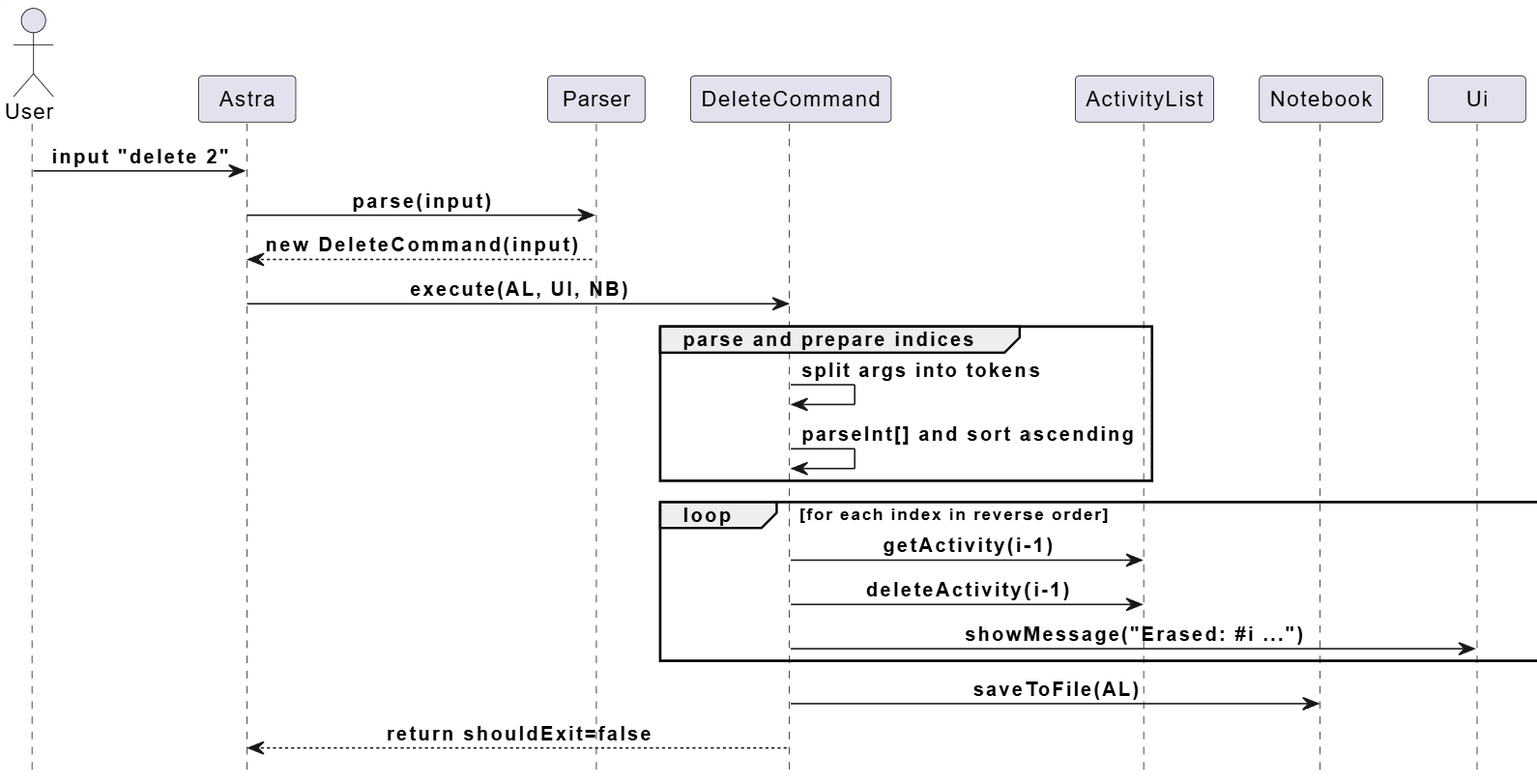
Before: docs/images/architecture_sequence_delete.png, a diagram exported from PlantUML (Kennahh/tp). Its source is kept beside it as docs/diagrams/architecture_sequence_delete.puml.
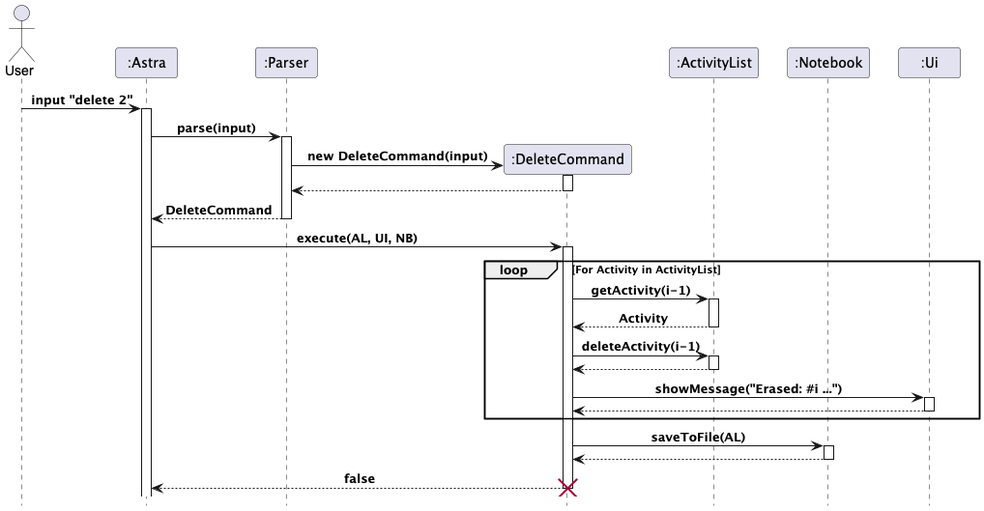
After the commit.

Diff of the diagram source:
```diff
@@ -1,12 +1,12 @@
 @startuml ArchitectureSequenceDelete
 !include style.puml
 actor User
-participant Astra
-participant Parser
+participant Astra as ":Astra"
+participant Parser as ":Parser"
 participant C as ":DeleteCommand"
-participant AL as "ActivityList"
-participant NB as "Notebook"
-participant UI as "Ui"
+participant AL as ":ActivityList"
+participant NB as ":Notebook"
+participant UI as ":Ui"
 
 User -> Astra: input "delete 2"
 activate Astra
```
